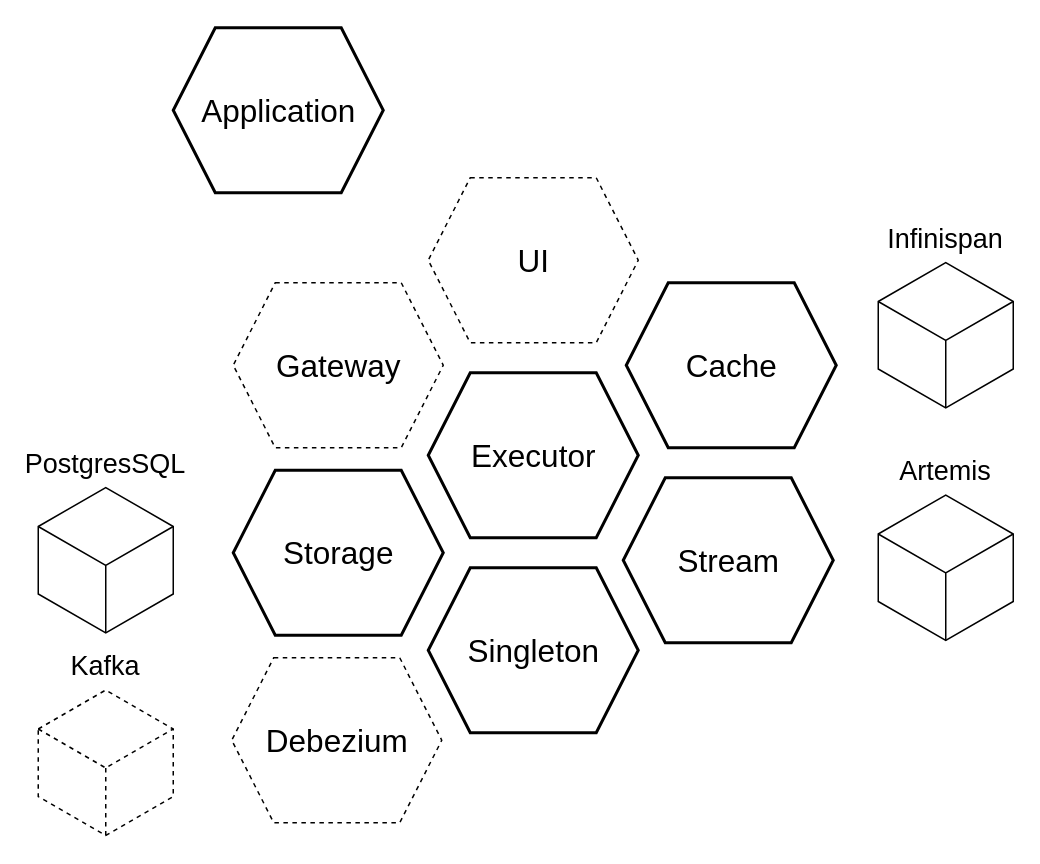
This is Test diagram.drawio from andrejpetras/documents, a draw.io file, before an edit. Source tidied: cells renumbered, new cells numbered last; positions are measured from the earlier drawing's top-left corner, leaving out a move shared by most shapes. Both pictures are drawn from the tidied source at 150%, with x=0, y=0 at pixel (38, 27).
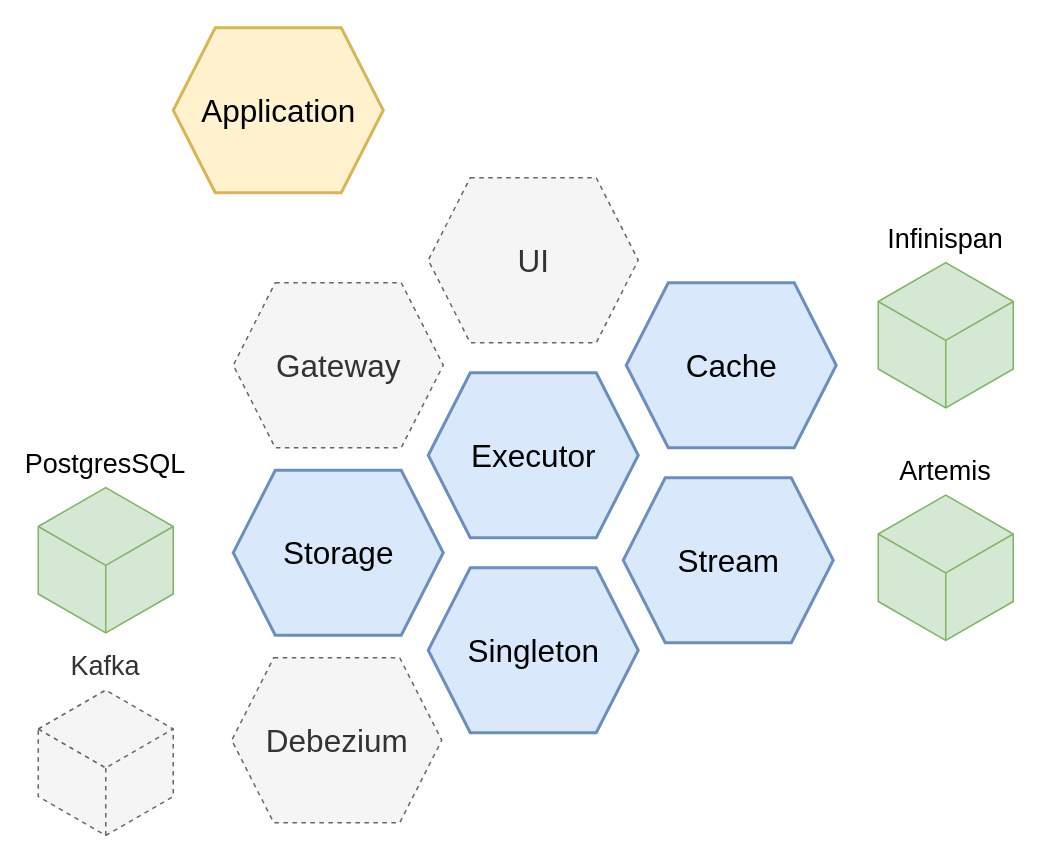
The same diagram, later.

The edit, as a diff of the source:
```diff
@@
 <mxGraphModel>
   <root>
     <mxCell id="0" />
     <mxCell id="1" parent="0" />
-    <mxCell id="2" value="Executor" style="verticalLabelPosition=middle;verticalAlign=middle;html=1;strokeWidth=2;shape=hexagon;perimeter=hexagonPerimeter2;arcSize=6;size=0.2;labelPosition=center;align=center;fontSize=21;" parent="1" vertex="1">
+    <mxCell id="2" value="Executor" style="verticalLabelPosition=middle;verticalAlign=middle;html=1;strokeWidth=2;shape=hexagon;perimeter=hexagonPerimeter2;arcSize=6;size=0.2;labelPosition=center;align=center;fontSize=21;fillColor=#dae8fc;strokeColor=#6c8ebf;" parent="1" vertex="1">
       <mxGeometry x="260" y="230" width="140" height="110" as="geometry" />
     </mxCell>
-    <mxCell id="3" value="Singleton" style="verticalLabelPosition=middle;verticalAlign=middle;html=1;strokeWidth=2;shape=hexagon;perimeter=hexagonPerimeter2;arcSize=6;size=0.2;labelPosition=center;align=center;fontSize=21;" parent="1" vertex="1">
+    <mxCell id="3" value="Singleton" style="verticalLabelPosition=middle;verticalAlign=middle;html=1;strokeWidth=2;shape=hexagon;perimeter=hexagonPerimeter2;arcSize=6;size=0.2;labelPosition=center;align=center;fontSize=21;fillColor=#dae8fc;strokeColor=#6c8ebf;" parent="1" vertex="1">
       <mxGeometry x="260" y="360" width="140" height="110" as="geometry" />
     </mxCell>
-    <mxCell id="4" value="Stream" style="verticalLabelPosition=middle;verticalAlign=middle;html=1;strokeWidth=2;shape=hexagon;perimeter=hexagonPerimeter2;arcSize=6;size=0.2;labelPosition=center;align=center;fontSize=21;" parent="1" vertex="1">
+    <mxCell id="4" value="Stream" style="verticalLabelPosition=middle;verticalAlign=middle;html=1;strokeWidth=2;shape=hexagon;perimeter=hexagonPerimeter2;arcSize=6;size=0.2;labelPosition=center;align=center;fontSize=21;fillColor=#dae8fc;strokeColor=#6c8ebf;" parent="1" vertex="1">
       <mxGeometry x="390" y="300" width="140" height="110" as="geometry" />
     </mxCell>
-    <mxCell id="5" value="Cache" style="verticalLabelPosition=middle;verticalAlign=middle;html=1;strokeWidth=2;shape=hexagon;perimeter=hexagonPerimeter2;arcSize=6;size=0.2;labelPosition=center;align=center;fontSize=21;" parent="1" vertex="1">
+    <mxCell id="5" value="Cache" style="verticalLabelPosition=middle;verticalAlign=middle;html=1;strokeWidth=2;shape=hexagon;perimeter=hexagonPerimeter2;arcSize=6;size=0.2;labelPosition=center;align=center;fontSize=21;fillColor=#dae8fc;strokeColor=#6c8ebf;" parent="1" vertex="1">
       <mxGeometry x="392" y="170" width="140" height="110" as="geometry" />
     </mxCell>
-    <mxCell id="6" value="Storage" style="verticalLabelPosition=middle;verticalAlign=middle;html=1;strokeWidth=2;shape=hexagon;perimeter=hexagonPerimeter2;arcSize=6;size=0.2;labelPosition=center;align=center;fontSize=21;" parent="1" vertex="1">
+    <mxCell id="6" value="Storage" style="verticalLabelPosition=middle;verticalAlign=middle;html=1;strokeWidth=2;shape=hexagon;perimeter=hexagonPerimeter2;arcSize=6;size=0.2;labelPosition=center;align=center;fontSize=21;fillColor=#dae8fc;strokeColor=#6c8ebf;" parent="1" vertex="1">
       <mxGeometry x="130" y="295" width="140" height="110" as="geometry" />
     </mxCell>
-    <mxCell id="7" value="Infinispan" style="html=1;whiteSpace=wrap;shape=isoCube;backgroundOutline=1;fontSize=18;verticalAlign=bottom;labelPosition=center;verticalLabelPosition=top;align=center;" parent="1" vertex="1">
+    <mxCell id="7" value="Infinispan" style="html=1;whiteSpace=wrap;shape=isoCube;backgroundOutline=1;fontSize=18;verticalAlign=bottom;labelPosition=center;verticalLabelPosition=top;align=center;fillColor=#d5e8d4;strokeColor=#82b366;" parent="1" vertex="1">
       <mxGeometry x="560" y="155" width="90" height="100" as="geometry" />
     </mxCell>
-    <mxCell id="8" value="Artemis" style="html=1;whiteSpace=wrap;shape=isoCube;backgroundOutline=1;fontSize=18;verticalAlign=bottom;labelPosition=center;verticalLabelPosition=top;align=center;" parent="1" vertex="1">
+    <mxCell id="8" value="Artemis" style="html=1;whiteSpace=wrap;shape=isoCube;backgroundOutline=1;fontSize=18;verticalAlign=bottom;labelPosition=center;verticalLabelPosition=top;align=center;fillColor=#d5e8d4;strokeColor=#82b366;" parent="1" vertex="1">
       <mxGeometry x="560" y="310" width="90" height="100" as="geometry" />
     </mxCell>
-    <mxCell id="9" value="PostgresSQL" style="html=1;whiteSpace=wrap;shape=isoCube;backgroundOutline=1;fontSize=18;verticalAlign=bottom;labelPosition=center;verticalLabelPosition=top;align=center;" parent="1" vertex="1">
+    <mxCell id="9" value="PostgresSQL" style="html=1;whiteSpace=wrap;shape=isoCube;backgroundOutline=1;fontSize=18;verticalAlign=bottom;labelPosition=center;verticalLabelPosition=top;align=center;fillColor=#d5e8d4;strokeColor=#82b366;" parent="1" vertex="1">
       <mxGeometry y="305" width="90" height="100" as="geometry" />
     </mxCell>
-    <mxCell id="10" value="Kafka" style="html=1;whiteSpace=wrap;shape=isoCube;backgroundOutline=1;fontSize=18;verticalAlign=bottom;labelPosition=center;verticalLabelPosition=top;align=center;dashed=1;" parent="1" vertex="1">
+    <mxCell id="10" value="Kafka" style="html=1;whiteSpace=wrap;shape=isoCube;backgroundOutline=1;fontSize=18;verticalAlign=bottom;labelPosition=center;verticalLabelPosition=top;align=center;dashed=1;fillColor=#f5f5f5;strokeColor=#666666;fontColor=#333333;" parent="1" vertex="1">
       <mxGeometry y="440" width="90" height="100" as="geometry" />
     </mxCell>
-    <mxCell id="11" value="Debezium" style="verticalLabelPosition=middle;verticalAlign=middle;html=1;strokeWidth=1;shape=hexagon;perimeter=hexagonPerimeter2;arcSize=6;size=0.2;labelPosition=center;align=center;fontSize=21;dashed=1;" parent="1" vertex="1">
+    <mxCell id="11" value="Debezium" style="verticalLabelPosition=middle;verticalAlign=middle;html=1;strokeWidth=1;shape=hexagon;perimeter=hexagonPerimeter2;arcSize=6;size=0.2;labelPosition=center;align=center;fontSize=21;dashed=1;fillColor=#f5f5f5;strokeColor=#666666;fontColor=#333333;" parent="1" vertex="1">
       <mxGeometry x="129" y="420" width="140" height="110" as="geometry" />
     </mxCell>
-    <mxCell id="12" value="Gateway" style="verticalLabelPosition=middle;verticalAlign=middle;html=1;strokeWidth=1;shape=hexagon;perimeter=hexagonPerimeter2;arcSize=6;size=0.2;labelPosition=center;align=center;fontSize=21;dashed=1;" parent="1" vertex="1">
+    <mxCell id="12" value="Gateway" style="verticalLabelPosition=middle;verticalAlign=middle;html=1;strokeWidth=1;shape=hexagon;perimeter=hexagonPerimeter2;arcSize=6;size=0.2;labelPosition=center;align=center;fontSize=21;dashed=1;fillColor=#f5f5f5;strokeColor=#666666;fontColor=#333333;" parent="1" vertex="1">
       <mxGeometry x="130" y="170" width="140" height="110" as="geometry" />
     </mxCell>
-    <mxCell id="13" value="UI" style="verticalLabelPosition=middle;verticalAlign=middle;html=1;strokeWidth=1;shape=hexagon;perimeter=hexagonPerimeter2;arcSize=6;size=0.2;labelPosition=center;align=center;fontSize=21;dashed=1;" parent="1" vertex="1">
+    <mxCell id="13" value="UI" style="verticalLabelPosition=middle;verticalAlign=middle;html=1;strokeWidth=1;shape=hexagon;perimeter=hexagonPerimeter2;arcSize=6;size=0.2;labelPosition=center;align=center;fontSize=21;dashed=1;fillColor=#f5f5f5;strokeColor=#666666;fontColor=#333333;" parent="1" vertex="1">
       <mxGeometry x="260" y="100" width="140" height="110" as="geometry" />
     </mxCell>
-    <mxCell id="14" value="Application" style="verticalLabelPosition=middle;verticalAlign=middle;html=1;strokeWidth=2;shape=hexagon;perimeter=hexagonPerimeter2;arcSize=6;size=0.2;labelPosition=center;align=center;fontSize=21;" parent="1" vertex="1">
+    <mxCell id="14" value="Application" style="verticalLabelPosition=middle;verticalAlign=middle;html=1;strokeWidth=2;shape=hexagon;perimeter=hexagonPerimeter2;arcSize=6;size=0.2;labelPosition=center;align=center;fontSize=21;fillColor=#fff2cc;strokeColor=#d6b656;" parent="1" vertex="1">
       <mxGeometry x="90" width="140" height="110" as="geometry" />
     </mxCell>
   </root>
 </mxGraphModel>
```
